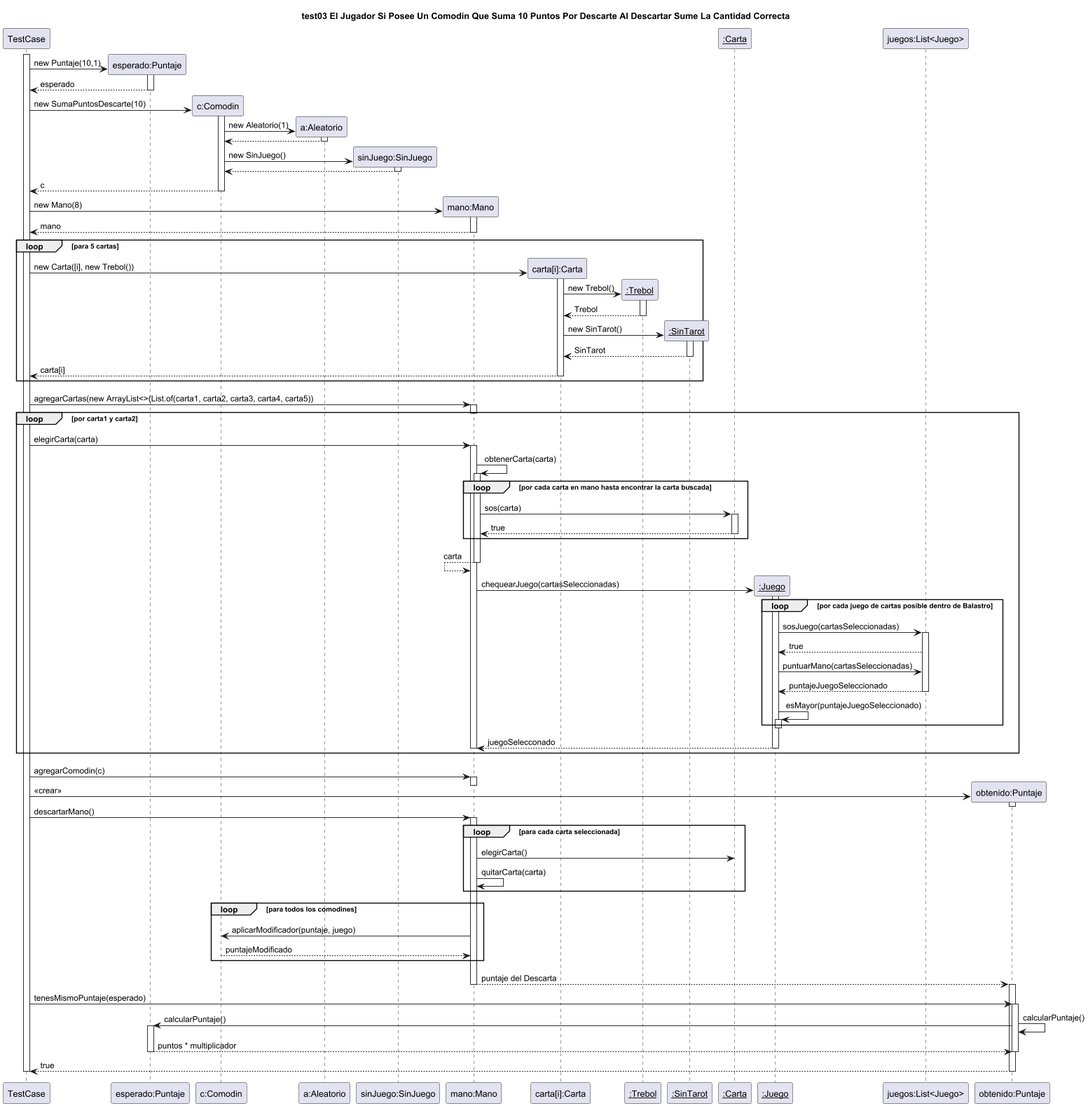
Before: diagrams/sequences/casoDeUso3.png, a diagram exported from PlantUML (facukresta/g06-tp2-2c-2024).
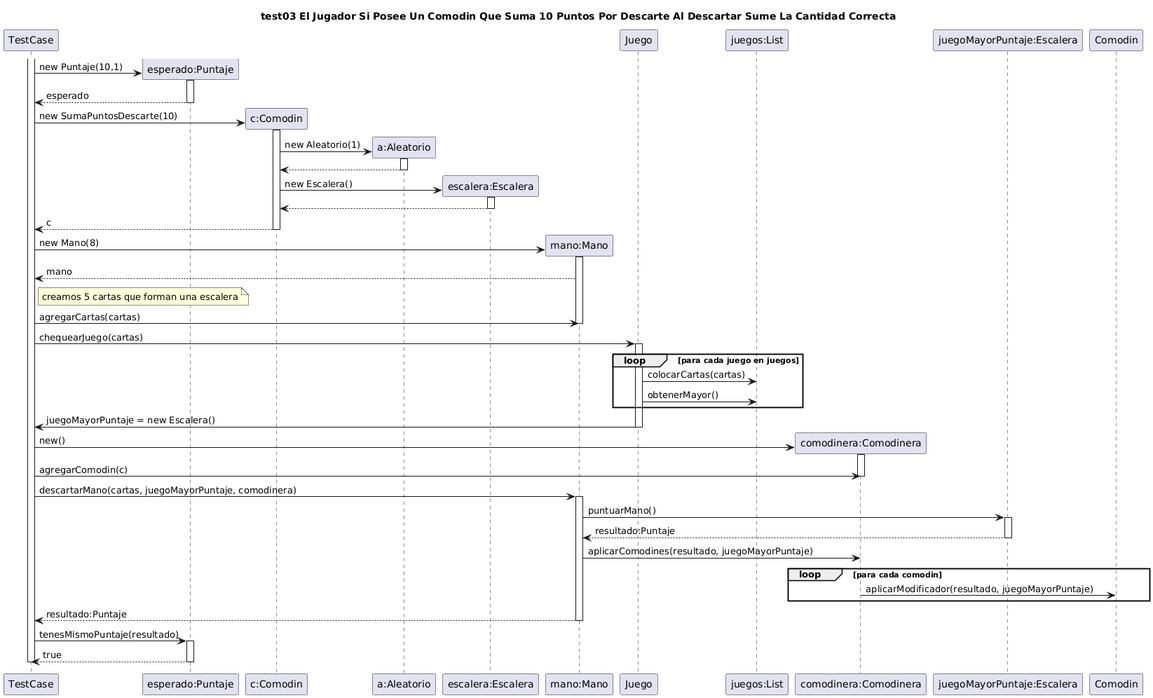
After the commit.

What changed in the source:
```diff
@@ -1,6 +1,5 @@
-@startuml casoDeUso3
+@startuml
 title "test03 El Jugador Si Posee Un Comodin Que Suma 10 Puntos Por Descarte Al Descartar Sume La Cantidad Correcta"
-!pragma teoz true
 
 participant "TestCase" as TestCase
 
@@ -18,105 +17,56 @@
 activate aleatorio
 comodin <-- aleatorio
 deactivate aleatorio
-comodin -> "sinJuego:SinJuego" as sinJuego ** : new SinJuego()
-activate sinJuego
-comodin <-- sinJuego
-deactivate sinJuego
+comodin -> "escalera:Escalera" as escalera ** : new Escalera()
+activate escalera
+comodin <-- escalera
+deactivate escalera
 TestCase <-- comodin : c
 deactivate comodin
 
 TestCase -> "mano:Mano" as mano **: new Mano(8)
 activate mano
 TestCase <-- mano : mano
+note right of TestCase: creamos 5 cartas que forman una escalera
+TestCase -> mano : agregarCartas(cartas)
 deactivate mano
 
-loop para 5 cartas
-TestCase -> "carta[i]:Carta" as carta1 **: new Carta([i], new Trebol())
-activate carta1
-carta1 -> "__:Trebol__" as trebol **: new Trebol()
-activate trebol
-carta1 <-- trebol : Trebol
-deactivate trebol
-carta1 -> "__:SinTarot__" as sinTarot **: new SinTarot()
-activate sinTarot
-carta1 <-- sinTarot : SinTarot
-deactivate sinTarot
-TestCase <-- carta1 : carta[i]
-deactivate carta1
+TestCase -> "Juego" as juego : chequearJuego(cartas)
+activate juego
+
+loop para cada juego en juegos
+juego -> "juegos:List" as juegos : colocarCartas(cartas)
+juego -> juegos: obtenerMayor()
 end
 
-TestCase -> mano : agregarCartas(new ArrayList<>(List.of(carta1, carta2, carta3, carta4, carta5))
+TestCase <- juego : juegoMayorPuntaje = new Escalera()
+deactivate juego
+
+TestCase -> "comodinera:Comodinera" as comodinera **: new()
+activate comodinera
+TestCase -> comodinera : agregarComodin(c)
+deactivate comodinera
+
+
+TestCase -> mano : descartarMano(cartas, juegoMayorPuntaje, comodinera)
 activate mano
-deactivate mano
+mano -> "juegoMayorPuntaje:Escalera" as mejor : puntuarMano()
+activate mejor
+mano <-- mejor : resultado:Puntaje
+deactivate mejor
 
-loop por carta1 y carta2
-TestCase -> mano : elegirCarta(carta)
-activate mano
-mano -> mano : obtenerCarta(carta)
-activate mano
-loop por cada carta en mano hasta encontrar la carta buscada
-mano -> "__:Carta__" as instanciaCarta : sos(carta)
-activate instanciaCarta
-instanciaCarta --> mano : true
-deactivate instanciaCarta
+mano -> comodinera : aplicarComodines(resultado, juegoMayorPuntaje)
+loop para cada comodin
+comodinera -> "Comodin" : aplicarModificador(resultado, juegoMayorPuntaje)
 end
-mano <-- mano : carta
-deactivate mano
-mano -> "__:Juego__" as juego **: chequearJuego(cartasSeleccionadas)
-activate juego
-loop por cada juego de cartas posible dentro de Balastro
-juego -> "juegos:List<Juego>" as juegos : sosJuego(cartasSeleccionadas)
-activate juegos
-juegos --> juego : true
-juego -> juegos : puntuarMano(cartasSeleccionadas)
-juego <-- juegos : puntajeJuegoSeleccionado
-deactivate juegos
-juego -> juego : esMayor(puntajeJuegoSeleccionado)
-
-activate juego
-deactivate juego
-end
-mano <-- juego : juegoSelecconado
-deactivate instanciaCarta
-deactivate juego
-deactivate mano
-end
-
-TestCase -> mano : agregarComodin(c)
-activate mano
+TestCase <-- mano : resultado:Puntaje
 deactivate mano
 
 
-TestCase -> "obtenido:Puntaje" as obtenido **: <<crear>>
-activate obtenido
-deactivate obtenido
-
-TestCase -> mano : descartarMano()
-activate mano
-loop para cada carta seleccionada
-mano -> instanciaCarta : elegirCarta()
-mano -> mano : quitarCarta(carta)
-end
-loop para todos los comodines
-mano -> comodin : aplicarModificador(puntaje, juego)
-mano <-- comodin : puntajeModificado
-end
-mano --> obtenido: puntaje del Descarta
-deactivate mano
-activate obtenido
-
-obtenido <- TestCase : tenesMismoPuntaje(esperado)
-activate obtenido
-obtenido -> obtenido : calcularPuntaje()
- & obtenido -> esperado : calcularPuntaje()
+TestCase -> esperado : tenesMismoPuntaje(resultado)
 activate esperado
-esperado --> obtenido : puntos * multiplicador
-deactivate obtenido
+TestCase <-- esperado : true
 deactivate esperado
-obtenido --> TestCase: true
-deactivate obtenido
-deactivate obtenido
 
 deactivate TestCase
-
 @enduml
```
